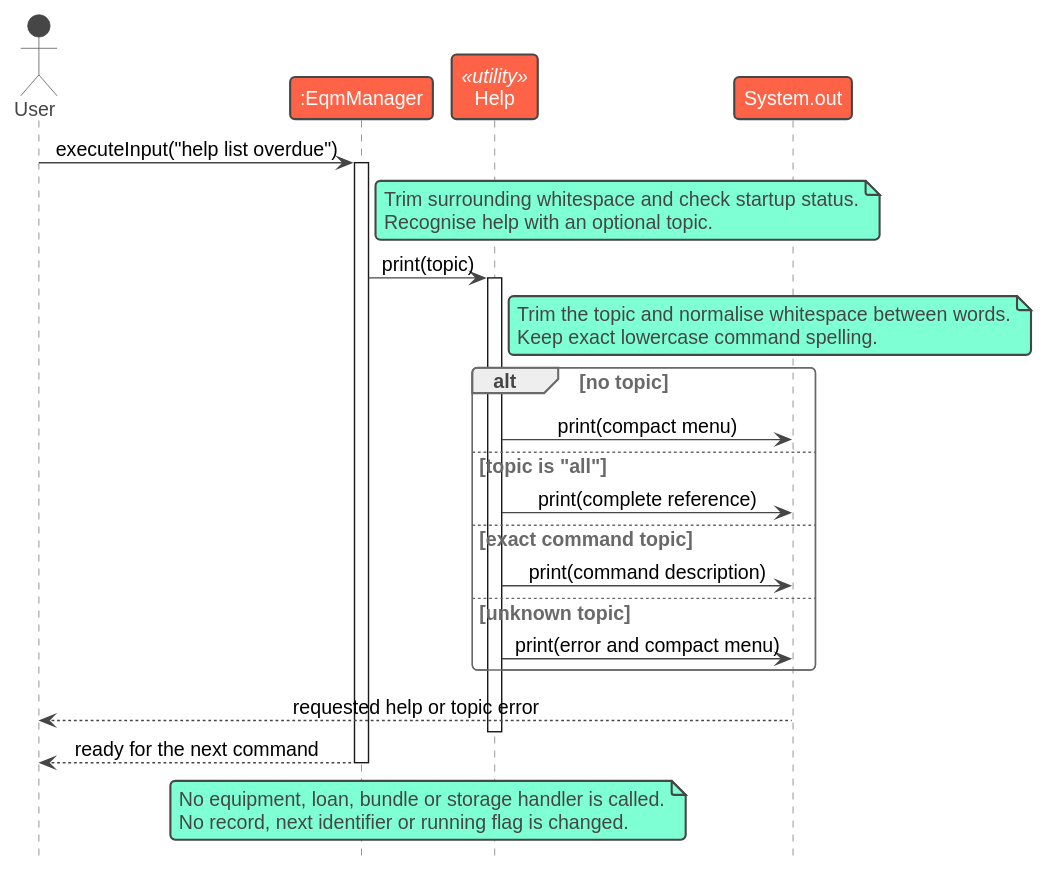
Above: docs/images/HelpSequence.svg in AY2627S1-CS2113-W13-1/tp (PlantUML), before the change.
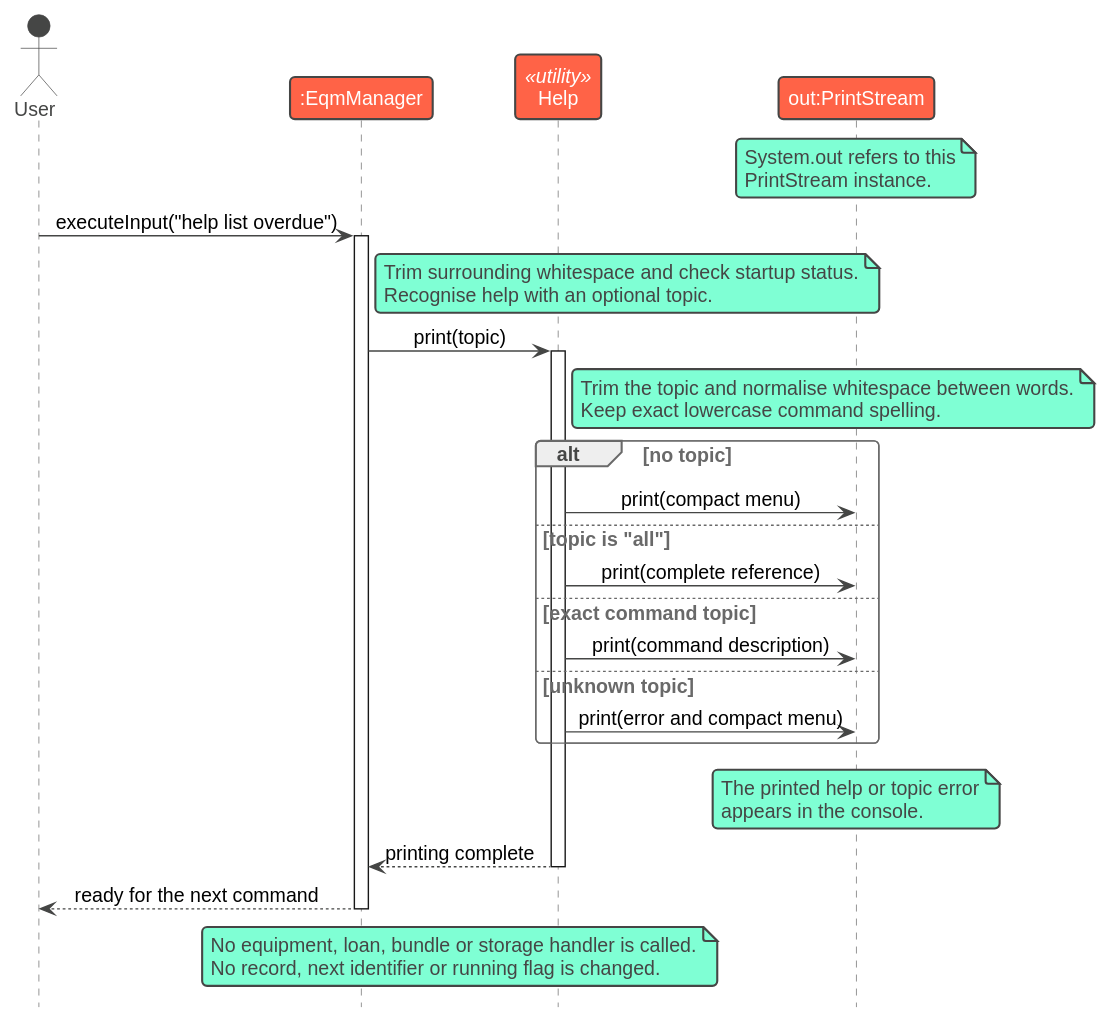
Above is the later version.

Commit message:
Distinguish the output stream from method replies in the help diagram

Name the PrintStream instance referenced by System.out and describe displayed text in a note. Add the Help-to-manager return and regenerate the SVG so the diagram follows the call structure without treating console output as a reply.

Diff of the diagram source:
```diff
@@ -7,7 +7,11 @@
 actor User
 participant ":EqmManager" as Manager
 participant "Help" as Help <<utility>>
-participant "System.out" as Output
+participant "out:PrintStream" as Output
+note over Output
+System.out refers to this
+PrintStream instance.
+end note
 
 User -> Manager: executeInput("help list overdue")
 activate Manager
@@ -30,7 +34,11 @@
 else unknown topic
 Help -> Output: print(error and compact menu)
 end
-Output --> User: requested help or topic error
+note over Output
+The printed help or topic error
+appears in the console.
+end note
+Help --> Manager: printing complete
 deactivate Help
 Manager --> User: ready for the next command
 deactivate Manager
```
